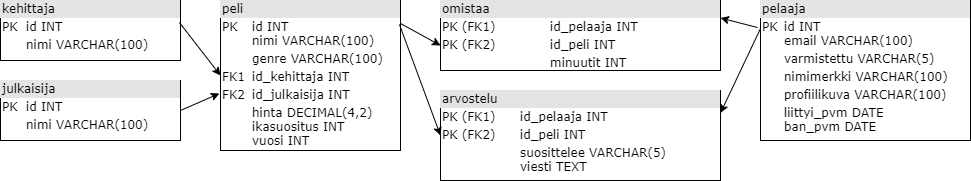
anttiharju/tjta3501-jyu keeps this draw.io diagram as rakenne.png. Above is the earlier version. Source tidied: cells renumbered, new cells last; positions are measured from the earlier drawing's top-left corner, leaving out a move shared by most shapes. The source it was exported from:
```xml
<mxGraphModel background="#ffffff">
  <root>
    <mxCell id="0" />
    <mxCell id="1" parent="0" />
    <mxCell id="2" value="&lt;div style=&quot;box-sizing: border-box ; width: 100% ; background: #e4e4e4 ; padding: 2px&quot;&gt;kehittaja&lt;/div&gt;&lt;table style=&quot;width: 100% ; font-size: 1em&quot; cellpadding=&quot;2&quot; cellspacing=&quot;0&quot;&gt;&lt;tbody&gt;&lt;tr&gt;&lt;td&gt;PK&lt;/td&gt;&lt;td&gt;id INT&lt;/td&gt;&lt;/tr&gt;&lt;tr&gt;&lt;td&gt;&lt;br&gt;&lt;/td&gt;&lt;td&gt;nimi VARCHAR(100)&lt;/td&gt;&lt;/tr&gt;&lt;tr&gt;&lt;td&gt;&lt;/td&gt;&lt;td&gt;&lt;br&gt;&lt;/td&gt;&lt;/tr&gt;&lt;/tbody&gt;&lt;/table&gt;" style="verticalAlign=top;align=left;overflow=fill;html=1;rounded=0;shadow=0;comic=0;labelBackgroundColor=none;strokeWidth=1;fontFamily=Verdana;fontSize=12;" parent="1" vertex="1">
      <mxGeometry width="180" height="60" as="geometry" />
    </mxCell>
    <mxCell id="3" value="&lt;div style=&quot;box-sizing: border-box ; width: 100% ; background: #e4e4e4 ; padding: 2px&quot;&gt;julkaisija&lt;/div&gt;&lt;table style=&quot;width: 100% ; font-size: 1em&quot; cellpadding=&quot;2&quot; cellspacing=&quot;0&quot;&gt;&lt;tbody&gt;&lt;tr&gt;&lt;td&gt;PK&lt;/td&gt;&lt;td&gt;id INT&lt;/td&gt;&lt;/tr&gt;&lt;tr&gt;&lt;td&gt;&lt;br&gt;&lt;/td&gt;&lt;td&gt;nimi VARCHAR(100)&lt;/td&gt;&lt;/tr&gt;&lt;tr&gt;&lt;td&gt;&lt;/td&gt;&lt;td&gt;&lt;br&gt;&lt;/td&gt;&lt;/tr&gt;&lt;/tbody&gt;&lt;/table&gt;" style="verticalAlign=top;align=left;overflow=fill;html=1;rounded=0;shadow=0;comic=0;labelBackgroundColor=none;strokeWidth=1;fontFamily=Verdana;fontSize=12;" parent="1" vertex="1">
      <mxGeometry y="80" width="180" height="60" as="geometry" />
    </mxCell>
    <mxCell id="4" value="&lt;div style=&quot;box-sizing: border-box ; width: 100% ; background: #e4e4e4 ; padding: 2px&quot;&gt;peli&lt;/div&gt;&lt;table style=&quot;width: 100% ; font-size: 1em&quot; cellpadding=&quot;2&quot; cellspacing=&quot;0&quot;&gt;&lt;tbody&gt;&lt;tr&gt;&lt;td&gt;PK&lt;br&gt;&lt;br&gt;&lt;/td&gt;&lt;td&gt;id INT&lt;br&gt;nimi VARCHAR(100)&lt;/td&gt;&lt;/tr&gt;&lt;tr&gt;&lt;td&gt;&lt;br&gt;&lt;/td&gt;&lt;td&gt;genre VARCHAR(100)&lt;/td&gt;&lt;/tr&gt;&lt;tr&gt;&lt;td&gt;FK1&lt;/td&gt;&lt;td&gt;id_kehittaja INT&lt;/td&gt;&lt;/tr&gt;&lt;tr&gt;&lt;td&gt;FK2&lt;/td&gt;&lt;td&gt;id_julkaisija INT&lt;br&gt;&lt;/td&gt;&lt;/tr&gt;&lt;tr&gt;&lt;td&gt;&lt;br&gt;&lt;br&gt;&lt;br&gt;&lt;/td&gt;&lt;td&gt;hinta DECIMAL(4,2)&lt;br&gt;ikasuositus INT&lt;br&gt;vuosi INT&lt;/td&gt;&lt;/tr&gt;&lt;/tbody&gt;&lt;/table&gt;" style="verticalAlign=top;align=left;overflow=fill;html=1;rounded=0;shadow=0;comic=0;labelBackgroundColor=none;strokeWidth=1;fontFamily=Verdana;fontSize=12;" parent="1" vertex="1">
      <mxGeometry x="220" width="180" height="150" as="geometry" />
    </mxCell>
    <mxCell id="5" style="endArrow=classic;html=1;exitX=0.994;exitY=0.367;exitDx=0;exitDy=0;exitPerimeter=0;entryX=0;entryY=0.5;entryDx=0;entryDy=0;" parent="1" edge="1" source="2" target="4">
      <mxGeometry relative="1" as="geometry" />
    </mxCell>
    <mxCell id="6" style="endArrow=classic;html=1;exitX=1;exitY=0.5;exitDx=0;exitDy=0;entryX=-0.006;entryY=0.62;entryDx=0;entryDy=0;entryPerimeter=0;" parent="1" edge="1" source="3" target="4">
      <mxGeometry relative="1" as="geometry" />
    </mxCell>
    <mxCell id="7" style="endArrow=classic;html=1;exitX=1;exitY=0.153;exitDx=0;exitDy=0;entryX=0;entryY=0.643;entryDx=0;entryDy=0;entryPerimeter=0;exitPerimeter=0;" parent="1" edge="1" source="4" target="10">
      <mxGeometry relative="1" as="geometry" />
    </mxCell>
    <mxCell id="8" style="endArrow=classic;html=1;exitX=-0.014;exitY=0.193;exitDx=0;exitDy=0;entryX=1;entryY=0.25;entryDx=0;entryDy=0;exitPerimeter=0;" parent="1" edge="1" source="13" target="10">
      <mxGeometry relative="1" as="geometry" />
    </mxCell>
    <mxCell id="9" value="&lt;div style=&quot;box-sizing: border-box ; width: 100% ; background: #e4e4e4 ; padding: 2px&quot;&gt;arvostelu&lt;/div&gt;&lt;table style=&quot;width: 100% ; font-size: 1em&quot; cellpadding=&quot;2&quot; cellspacing=&quot;0&quot;&gt;&lt;tbody&gt;&lt;tr&gt;&lt;td&gt;PK (FK1)&lt;/td&gt;&lt;td&gt;id_pelaaja INT&lt;/td&gt;&lt;/tr&gt;&lt;tr&gt;&lt;td&gt;PK (FK2)&lt;/td&gt;&lt;td&gt;id_peli INT&lt;/td&gt;&lt;/tr&gt;&lt;tr&gt;&lt;td&gt;&lt;br&gt;&lt;br&gt;&lt;/td&gt;&lt;td&gt;suosittelee VARCHAR(5)&lt;br&gt;viesti TEXT&lt;/td&gt;&lt;/tr&gt;&lt;/tbody&gt;&lt;/table&gt;" style="verticalAlign=top;align=left;overflow=fill;html=1;rounded=0;shadow=0;comic=0;labelBackgroundColor=none;strokeWidth=1;fontFamily=Verdana;fontSize=12;" parent="1" vertex="1">
      <mxGeometry x="440" y="90" width="280" height="90" as="geometry" />
    </mxCell>
    <mxCell id="10" value="&lt;div style=&quot;box-sizing: border-box ; width: 100% ; background: #e4e4e4 ; padding: 2px&quot;&gt;omistaa&lt;/div&gt;&lt;table style=&quot;width: 100% ; font-size: 1em&quot; cellpadding=&quot;2&quot; cellspacing=&quot;0&quot;&gt;&lt;tbody&gt;&lt;tr&gt;&lt;td&gt;PK (FK1)&lt;/td&gt;&lt;td&gt;id_pelaaja INT&lt;/td&gt;&lt;/tr&gt;&lt;tr&gt;&lt;td&gt;PK (FK2)&lt;/td&gt;&lt;td&gt;id_peli INT&lt;/td&gt;&lt;/tr&gt;&lt;tr&gt;&lt;td&gt;&lt;br&gt;&lt;/td&gt;&lt;td&gt;minuutit INT&lt;/td&gt;&lt;/tr&gt;&lt;/tbody&gt;&lt;/table&gt;" style="verticalAlign=top;align=left;overflow=fill;html=1;rounded=0;shadow=0;comic=0;labelBackgroundColor=none;strokeWidth=1;fontFamily=Verdana;fontSize=12;" parent="1" vertex="1">
      <mxGeometry x="440" width="280" height="70" as="geometry" />
    </mxCell>
    <mxCell id="11" style="endArrow=classic;html=1;exitX=0;exitY=0.2;exitDx=0;exitDy=0;entryX=1;entryY=0.25;entryDx=0;entryDy=0;exitPerimeter=0;" parent="1" edge="1" source="13" target="9">
      <mxGeometry relative="1" as="geometry" />
    </mxCell>
    <mxCell id="12" style="endArrow=classic;html=1;exitX=0.994;exitY=0.16;exitDx=0;exitDy=0;entryX=0;entryY=0.5;entryDx=0;entryDy=0;exitPerimeter=0;" parent="1" edge="1" source="4" target="9">
      <mxGeometry relative="1" as="geometry" />
    </mxCell>
    <mxCell id="13" value="&lt;div style=&quot;box-sizing: border-box ; width: 100% ; background: #e4e4e4 ; padding: 2px&quot;&gt;pelaaja&lt;/div&gt;&lt;table style=&quot;width: 100% ; font-size: 1em&quot; cellpadding=&quot;2&quot; cellspacing=&quot;0&quot;&gt;&lt;tbody&gt;&lt;tr&gt;&lt;td&gt;PK&lt;br&gt;&lt;br&gt;&lt;/td&gt;&lt;td&gt;id INT&lt;br&gt;email VARCHAR(100)&lt;/td&gt;&lt;/tr&gt;&lt;tr&gt;&lt;td&gt;&lt;br&gt;&lt;/td&gt;&lt;td&gt;varmistettu VARCHAR(5)&lt;/td&gt;&lt;/tr&gt;&lt;tr&gt;&lt;td&gt;&lt;br&gt;&lt;/td&gt;&lt;td&gt;nimimerkki VARCHAR(100)&lt;/td&gt;&lt;/tr&gt;&lt;tr&gt;&lt;td&gt;&lt;br&gt;&lt;/td&gt;&lt;td&gt;profiilikuva VARCHAR(100)&lt;br&gt;&lt;/td&gt;&lt;/tr&gt;&lt;tr&gt;&lt;td&gt;&lt;br&gt;&lt;br&gt;&lt;/td&gt;&lt;td&gt;liittyi_pvm DATE&lt;br&gt;ban_pvm DATE&lt;br&gt;&lt;/td&gt;&lt;/tr&gt;&lt;/tbody&gt;&lt;/table&gt;" style="verticalAlign=top;align=left;overflow=fill;html=1;rounded=0;shadow=0;comic=0;labelBackgroundColor=none;strokeWidth=1;fontFamily=Verdana;fontSize=12;" parent="1" vertex="1">
      <mxGeometry x="760" width="210" height="140" as="geometry" />
    </mxCell>
  </root>
</mxGraphModel>
```
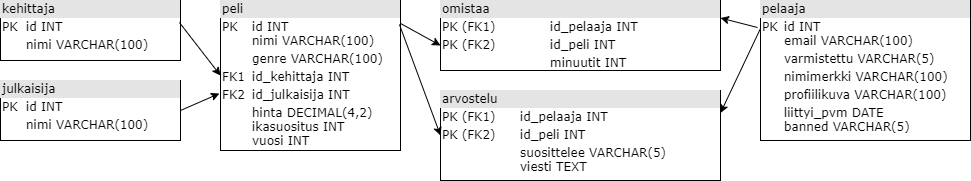
The same diagram one commit later.

Change to the diagram source:
```diff
@@ -35,7 +35,7 @@
     <mxCell id="12" style="endArrow=classic;html=1;exitX=0.994;exitY=0.16;exitDx=0;exitDy=0;entryX=0;entryY=0.5;entryDx=0;entryDy=0;exitPerimeter=0;" parent="1" edge="1" source="4" target="9">
       <mxGeometry relative="1" as="geometry" />
     </mxCell>
-    <mxCell id="13" value="&lt;div style=&quot;box-sizing: border-box ; width: 100% ; background: #e4e4e4 ; padding: 2px&quot;&gt;pelaaja&lt;/div&gt;&lt;table style=&quot;width: 100% ; font-size: 1em&quot; cellpadding=&quot;2&quot; cellspacing=&quot;0&quot;&gt;&lt;tbody&gt;&lt;tr&gt;&lt;td&gt;PK&lt;br&gt;&lt;br&gt;&lt;/td&gt;&lt;td&gt;id INT&lt;br&gt;email VARCHAR(100)&lt;/td&gt;&lt;/tr&gt;&lt;tr&gt;&lt;td&gt;&lt;br&gt;&lt;/td&gt;&lt;td&gt;varmistettu VARCHAR(5)&lt;/td&gt;&lt;/tr&gt;&lt;tr&gt;&lt;td&gt;&lt;br&gt;&lt;/td&gt;&lt;td&gt;nimimerkki VARCHAR(100)&lt;/td&gt;&lt;/tr&gt;&lt;tr&gt;&lt;td&gt;&lt;br&gt;&lt;/td&gt;&lt;td&gt;profiilikuva VARCHAR(100)&lt;br&gt;&lt;/td&gt;&lt;/tr&gt;&lt;tr&gt;&lt;td&gt;&lt;br&gt;&lt;br&gt;&lt;/td&gt;&lt;td&gt;liittyi_pvm DATE&lt;br&gt;ban_pvm DATE&lt;br&gt;&lt;/td&gt;&lt;/tr&gt;&lt;/tbody&gt;&lt;/table&gt;" style="verticalAlign=top;align=left;overflow=fill;html=1;rounded=0;shadow=0;comic=0;labelBackgroundColor=none;strokeWidth=1;fontFamily=Verdana;fontSize=12;" parent="1" vertex="1">
+    <mxCell id="13" value="&lt;div style=&quot;box-sizing: border-box ; width: 100% ; background: #e4e4e4 ; padding: 2px&quot;&gt;pelaaja&lt;/div&gt;&lt;table style=&quot;width: 100% ; font-size: 1em&quot; cellpadding=&quot;2&quot; cellspacing=&quot;0&quot;&gt;&lt;tbody&gt;&lt;tr&gt;&lt;td&gt;PK&lt;br&gt;&lt;br&gt;&lt;/td&gt;&lt;td&gt;id INT&lt;br&gt;email VARCHAR(100)&lt;/td&gt;&lt;/tr&gt;&lt;tr&gt;&lt;td&gt;&lt;br&gt;&lt;/td&gt;&lt;td&gt;varmistettu VARCHAR(5)&lt;/td&gt;&lt;/tr&gt;&lt;tr&gt;&lt;td&gt;&lt;br&gt;&lt;/td&gt;&lt;td&gt;nimimerkki VARCHAR(100)&lt;/td&gt;&lt;/tr&gt;&lt;tr&gt;&lt;td&gt;&lt;br&gt;&lt;/td&gt;&lt;td&gt;profiilikuva VARCHAR(100)&lt;br&gt;&lt;/td&gt;&lt;/tr&gt;&lt;tr&gt;&lt;td&gt;&lt;br&gt;&lt;br&gt;&lt;/td&gt;&lt;td&gt;liittyi_pvm DATE&lt;br&gt;banned VARCHAR(5)&lt;br&gt;&lt;/td&gt;&lt;/tr&gt;&lt;/tbody&gt;&lt;/table&gt;" style="verticalAlign=top;align=left;overflow=fill;html=1;rounded=0;shadow=0;comic=0;labelBackgroundColor=none;strokeWidth=1;fontFamily=Verdana;fontSize=12;" parent="1" vertex="1">
       <mxGeometry x="760" width="210" height="140" as="geometry" />
     </mxCell>
   </root>
```
